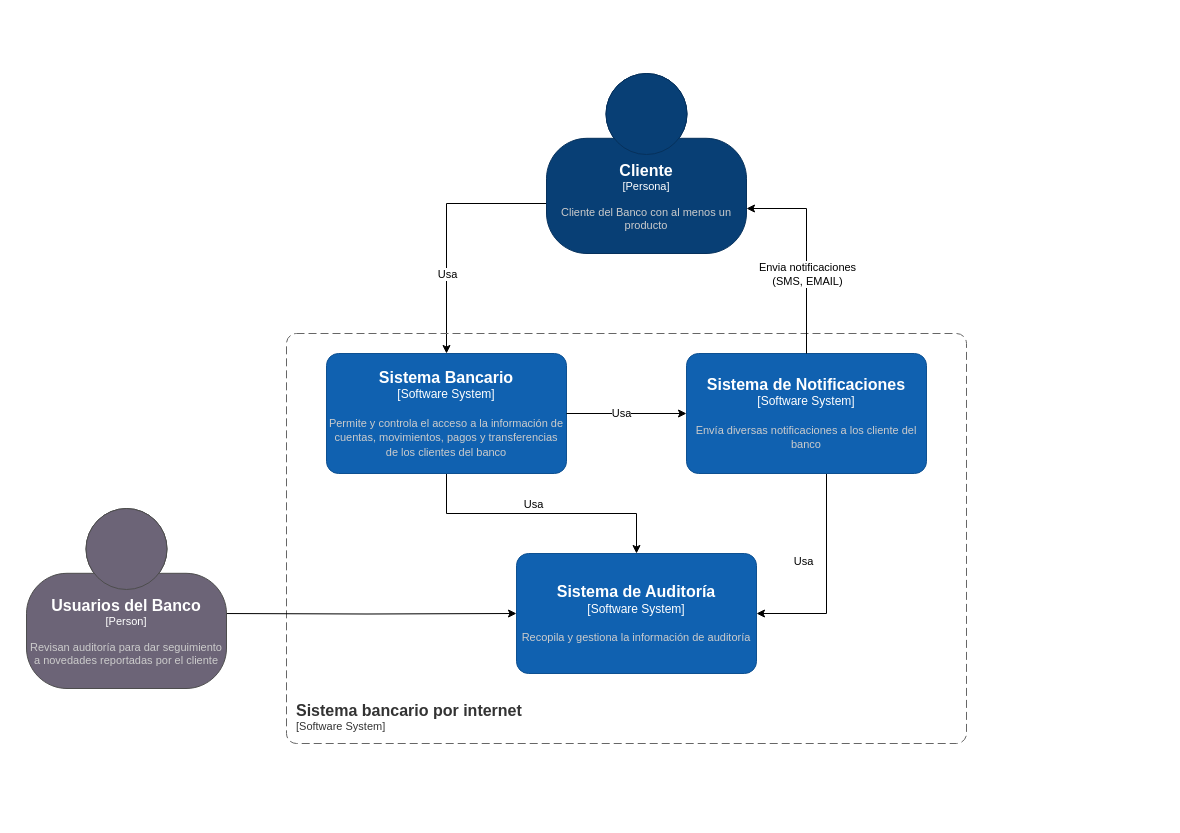
Before: page "C1-Contexto" (1 of 10) of ARQ_BANCO.drawio in carlosbenitezc/devsu, a draw.io diagram. Source tidied: cells renumbered, new cells numbered last; positions are measured from the earlier drawing's top-left corner, leaving out a move shared by most shapes. Both pictures are drawn from the tidied source at 100%, with x=0, y=0 at pixel (26, 73).
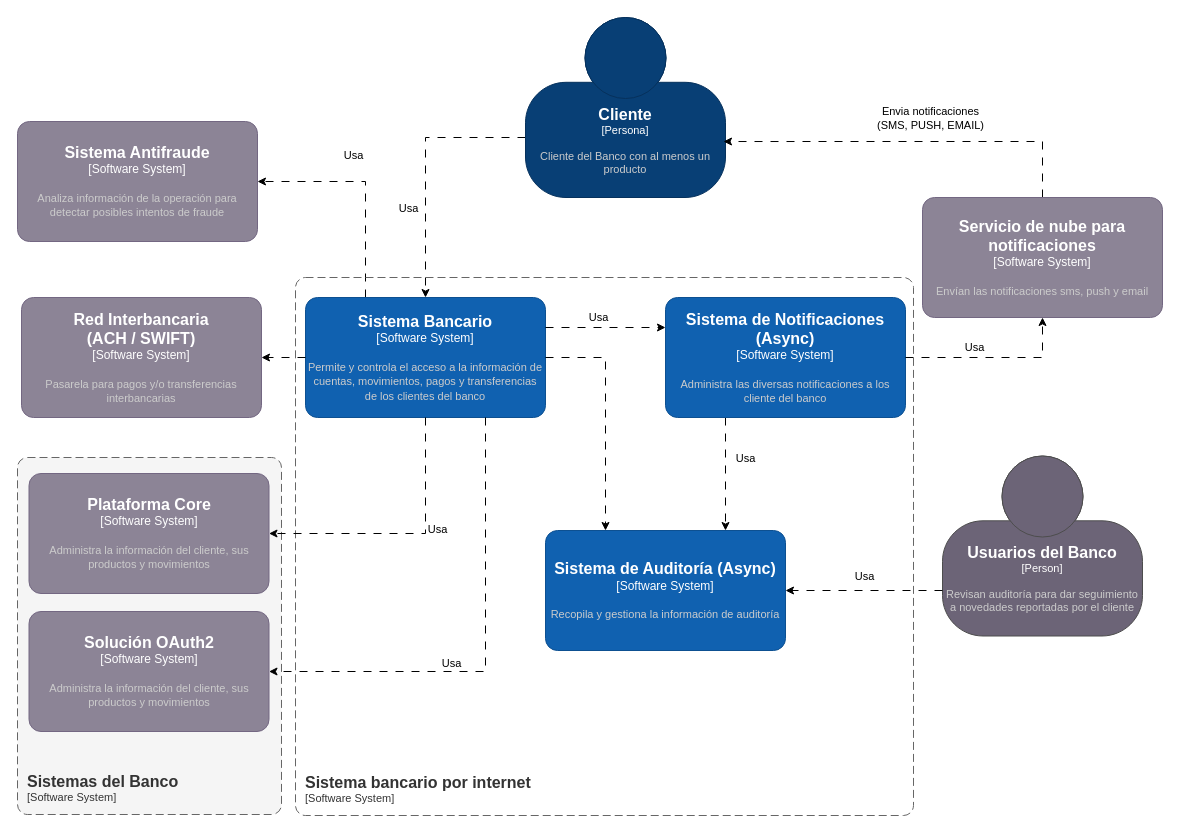
The same diagram, later.

What changed in the source:
```diff
@@
+    <object id="19" label="&lt;font style=&quot;font-size: 16px&quot;&gt;&lt;b&gt;&lt;div style=&quot;text-align: left&quot;&gt;%c4Name%&lt;/div&gt;&lt;/b&gt;&lt;/font&gt;&lt;div style=&quot;text-align: left&quot;&gt;[%c4Application%]&lt;/div&gt;" c4Application="Software System" c4Name="Sistemas del Banco" placeholders="1">
+      <mxCell style="rounded=1;fontSize=11;whiteSpace=wrap;html=1;dashed=1;arcSize=20;fillColor=#f5f5f5;strokeColor=#666666;labelBackgroundColor=none;align=left;verticalAlign=bottom;labelBorderColor=none;spacingTop=0;spacing=10;dashPattern=8 4;perimeter=rectanglePerimeter;noLabel=0;labelPadding=0;absoluteArcSize=1;fontColor=#333333;" parent="1" vertex="1">
+        <mxGeometry x="-9" y="384" width="264" height="357" as="geometry" />
+      </mxCell>
+    </object>
-    <mxCell id="2" style="edgeStyle=orthogonalEdgeStyle;rounded=0;jettySize=auto;html=1;" parent="1" edge="1" source="4" target="7">
+    <mxCell id="2" style="edgeStyle=orthogonalEdgeStyle;rounded=0;jettySize=auto;html=1;dashed=1;dashPattern=8 8;" parent="1" edge="1" source="4" target="7">
       <mxGeometry relative="1" as="geometry">
         <Array as="points">
-          <mxPoint x="420" y="130" />
+          <mxPoint x="399" y="64" />
         </Array>
       </mxGeometry>
     </mxCell>
     <mxCell id="3" value="Usa" style="edgeLabel;html=1;align=center;verticalAlign=middle;" parent="2" vertex="1">
       <mxGeometry x="-0.35" y="1" relative="1" as="geometry">
-        <mxPoint x="-19" y="69" as="offset" />
+        <mxPoint x="-33" y="69" as="offset" />
       </mxGeometry>
     </mxCell>
     <object id="4" label="&lt;font style=&quot;font-size: 16px&quot;&gt;&lt;b&gt;%c4Name%&lt;/b&gt;&lt;/font&gt;&lt;div&gt;[%c4Type%]&lt;/div&gt;&lt;br&gt;&lt;div&gt;&lt;font style=&quot;font-size: 11px&quot;&gt;&lt;font color=&quot;#cccccc&quot;&gt;%c4Description%&lt;/font&gt;&lt;/div&gt;" c4Description="Cliente del Banco con al menos un producto" c4Name="Cliente" c4Type="Persona" placeholders="1">
       <mxCell style="html=1;fontSize=11;dashed=0;whiteSpace=wrap;fillColor=#083F75;strokeColor=#06315C;fontColor=#ffffff;shape=mxgraph.c4.person2;align=center;points=[[0.5,0,0],[1,0.5,0],[1,0.75,0],[0.75,1,0],[0.5,1,0],[0.25,1,0],[0,0.75,0],[0,0.5,0]];" parent="1" vertex="1">
-        <mxGeometry x="520" width="200" height="180" as="geometry" />
+        <mxGeometry x="499" y="-56" width="200" height="180" as="geometry" />
       </mxCell>
     </object>
-    <mxCell id="5" style="edgeStyle=orthogonalEdgeStyle;rounded=0;jettySize=auto;html=1;" parent="1" edge="1" source="7" target="12">
-      <mxGeometry relative="1" as="geometry" />
-    </mxCell>
-    <mxCell id="6" value="Usa" style="edgeLabel;html=1;align=center;verticalAlign=middle;" parent="5" vertex="1">
-      <mxGeometry x="-0.03" y="3" relative="1" as="geometry">
-        <mxPoint x="-5" y="-7" as="offset" />
-      </mxGeometry>
-    </mxCell>
+    <mxCell id="20" style="edgeStyle=orthogonalEdgeStyle;rounded=0;jettySize=auto;html=1;dashed=1;dashPattern=8 8;entryX=1;entryY=0.5;entryDx=0;entryDy=0;entryPerimeter=0;exitX=0.25;exitY=0;exitDx=0;exitDy=0;exitPerimeter=0;" parent="1" edge="1" source="7" target="29">
+      <mxGeometry relative="1" as="geometry">
+        <Array as="points">
+          <mxPoint x="339" y="108" />
+        </Array>
+      </mxGeometry>
+    </mxCell>
+    <mxCell id="21" value="Usa" style="edgeLabel;html=1;align=center;verticalAlign=middle;" parent="20" vertex="1">
+      <mxGeometry x="-0.13" relative="1" as="geometry">
+        <mxPoint x="-13" y="-46" as="offset" />
+      </mxGeometry>
+    </mxCell>
     <object id="7" label="&lt;font style=&quot;font-size: 16px&quot;&gt;&lt;b&gt;%c4Name%&lt;/b&gt;&lt;/font&gt;&lt;div&gt;[%c4Type%]&lt;/div&gt;&lt;br&gt;&lt;div&gt;&lt;font style=&quot;font-size: 11px&quot;&gt;&lt;font color=&quot;#cccccc&quot;&gt;%c4Description%&lt;/font&gt;&lt;/div&gt;" c4Description="Permite y controla el acceso a la información de cuentas, movimientos, pagos y transferencias de los clientes del banco" c4Name="Sistema Bancario" c4Type="Software System" placeholders="1">
       <mxCell style="rounded=1;whiteSpace=wrap;html=1;labelBackgroundColor=none;fillColor=#1061B0;fontColor=#ffffff;align=center;arcSize=10;strokeColor=#0D5091;points=[[0.25,0,0],[0.5,0,0],[0.75,0,0],[1,0.25,0],[1,0.5,0],[1,0.75,0],[0.75,1,0],[0.5,1,0],[0.25,1,0],[0,0.75,0],[0,0.5,0],[0,0.25,0]];" parent="1" vertex="1">
-        <mxGeometry x="300" y="280" width="240" height="120" as="geometry" />
+        <mxGeometry x="279" y="224" width="240" height="120" as="geometry" />
       </mxCell>
     </object>
     <object id="8" label="&lt;font style=&quot;font-size: 16px&quot;&gt;&lt;b&gt;&lt;div style=&quot;text-align: left&quot;&gt;%c4Name%&lt;/div&gt;&lt;/b&gt;&lt;/font&gt;&lt;div style=&quot;text-align: left&quot;&gt;[%c4Application%]&lt;/div&gt;" c4Application="Software System" c4Name="Sistema bancario por internet" placeholders="1">
       <mxCell style="rounded=1;fontSize=11;whiteSpace=wrap;html=1;dashed=1;arcSize=20;fillColor=none;strokeColor=#666666;fontColor=#333333;labelBackgroundColor=none;align=left;verticalAlign=bottom;labelBorderColor=none;spacingTop=0;spacing=10;dashPattern=8 4;perimeter=rectanglePerimeter;noLabel=0;labelPadding=0;absoluteArcSize=1;" parent="1" vertex="1">
-        <mxGeometry x="260" y="260" width="680" height="410" as="geometry" />
+        <mxGeometry x="269" y="204" width="618" height="538" as="geometry" />
       </mxCell>
     </object>
-    <mxCell id="9" style="edgeStyle=orthogonalEdgeStyle;rounded=0;jettySize=auto;html=1;" parent="1" edge="1" source="11" target="12">
+    <mxCell id="9" style="edgeStyle=orthogonalEdgeStyle;rounded=0;jettySize=auto;html=1;dashed=1;dashPattern=8 8;" parent="1" edge="1" source="11" target="12">
       <mxGeometry relative="1" as="geometry">
         <Array as="points">
-          <mxPoint x="800" y="540" />
+          <mxPoint x="699" y="400" />
+          <mxPoint x="699" y="400" />
         </Array>
       </mxGeometry>
     </mxCell>
     <mxCell id="10" value="Usa" style="edgeLabel;html=1;align=center;verticalAlign=middle;" parent="9" vertex="1">
       <mxGeometry x="-0.04" y="4" relative="1" as="geometry">
-        <mxPoint x="-28" y="-14" as="offset" />
+        <mxPoint x="15" y="-14" as="offset" />
       </mxGeometry>
     </mxCell>
-    <object id="11" label="&lt;font style=&quot;font-size: 16px&quot;&gt;&lt;b&gt;%c4Name%&lt;/b&gt;&lt;/font&gt;&lt;div&gt;[%c4Type%]&lt;/div&gt;&lt;br&gt;&lt;div&gt;&lt;font style=&quot;font-size: 11px&quot;&gt;&lt;font color=&quot;#cccccc&quot;&gt;%c4Description%&lt;/font&gt;&lt;/div&gt;" c4Description="Envía diversas notificaciones a los cliente del banco" c4Name="Sistema de Notificaciones" c4Type="Software System" placeholders="1">
+    <object id="11" label="&lt;font style=&quot;font-size: 16px&quot;&gt;&lt;b&gt;%c4Name%&lt;/b&gt;&lt;/font&gt;&lt;div&gt;[%c4Type%]&lt;/div&gt;&lt;br&gt;&lt;div&gt;&lt;font style=&quot;font-size: 11px&quot;&gt;&lt;font color=&quot;#cccccc&quot;&gt;%c4Description%&lt;/font&gt;&lt;/div&gt;" c4Description="Administra las diversas notificaciones a los cliente del banco" c4Name="Sistema de Notificaciones (Async)" c4Type="Software System" placeholders="1">
       <mxCell style="rounded=1;whiteSpace=wrap;html=1;labelBackgroundColor=none;fillColor=#1061B0;fontColor=#ffffff;align=center;arcSize=10;strokeColor=#0D5091;points=[[0.25,0,0],[0.5,0,0],[0.75,0,0],[1,0.25,0],[1,0.5,0],[1,0.75,0],[0.75,1,0],[0.5,1,0],[0.25,1,0],[0,0.75,0],[0,0.5,0],[0,0.25,0]];" parent="1" vertex="1">
-        <mxGeometry x="660" y="280" width="240" height="120" as="geometry" />
+        <mxGeometry x="639" y="224" width="240" height="120" as="geometry" />
       </mxCell>
     </object>
-    <object id="12" label="&lt;font style=&quot;font-size: 16px&quot;&gt;&lt;b&gt;%c4Name%&lt;/b&gt;&lt;/font&gt;&lt;div&gt;[%c4Type%]&lt;/div&gt;&lt;br&gt;&lt;div&gt;&lt;font style=&quot;font-size: 11px&quot;&gt;&lt;font color=&quot;#cccccc&quot;&gt;%c4Description%&lt;/font&gt;&lt;/div&gt;" c4Description="Recopila y gestiona la información de auditoría" c4Name="Sistema de Auditoría" c4Type="Software System" placeholders="1">
+    <object id="12" label="&lt;font style=&quot;font-size: 16px&quot;&gt;&lt;b&gt;%c4Name%&lt;/b&gt;&lt;/font&gt;&lt;div&gt;[%c4Type%]&lt;/div&gt;&lt;br&gt;&lt;div&gt;&lt;font style=&quot;font-size: 11px&quot;&gt;&lt;font color=&quot;#cccccc&quot;&gt;%c4Description%&lt;/font&gt;&lt;/div&gt;" c4Description="Recopila y gestiona la información de auditoría" c4Name="Sistema de Auditoría (Async)" c4Type="Software System" placeholders="1">
       <mxCell style="rounded=1;whiteSpace=wrap;html=1;labelBackgroundColor=none;fillColor=#1061B0;fontColor=#ffffff;align=center;arcSize=10;strokeColor=#0D5091;points=[[0.25,0,0],[0.5,0,0],[0.75,0,0],[1,0.25,0],[1,0.5,0],[1,0.75,0],[0.75,1,0],[0.5,1,0],[0.25,1,0],[0,0.75,0],[0,0.5,0],[0,0.25,0]];" parent="1" vertex="1">
-        <mxGeometry x="490" y="480" width="240" height="120" as="geometry" />
+        <mxGeometry x="519" y="457" width="240" height="120" as="geometry" />
       </mxCell>
     </object>
-    <mxCell id="13" style="edgeStyle=orthogonalEdgeStyle;rounded=0;jettySize=auto;html=1;entryX=0;entryY=0.5;entryDx=0;entryDy=0;entryPerimeter=0;" parent="1" edge="1" source="7" target="11">
-      <mxGeometry relative="1" as="geometry" />
+    <mxCell id="13" style="edgeStyle=orthogonalEdgeStyle;rounded=0;jettySize=auto;html=1;entryX=0;entryY=0.25;entryDx=0;entryDy=0;entryPerimeter=0;dashed=1;dashPattern=8 8;exitX=1;exitY=0.25;exitDx=0;exitDy=0;exitPerimeter=0;" parent="1" edge="1" source="7" target="11">
+      <mxGeometry relative="1" as="geometry">
+        <Array as="points">
+          <mxPoint x="576" y="254" />
+          <mxPoint x="576" y="254" />
+        </Array>
+      </mxGeometry>
     </mxCell>
     <mxCell id="14" value="Usa" style="edgeLabel;html=1;align=center;verticalAlign=middle;" parent="13" vertex="1">
-      <mxGeometry x="-0.1" y="1" relative="1" as="geometry" />
+      <mxGeometry x="-0.1" y="1" relative="1" as="geometry">
+        <mxPoint x="-2" y="-10" as="offset" />
+      </mxGeometry>
     </mxCell>
-    <mxCell id="15" style="edgeStyle=orthogonalEdgeStyle;rounded=0;jettySize=auto;html=1;" parent="1" edge="1" target="12">
-      <mxGeometry relative="1" as="geometry">
-        <mxPoint x="190" y="540" as="sourcePoint" />
-      </mxGeometry>
-    </mxCell>
     <object id="16" label="&lt;font style=&quot;font-size: 16px&quot;&gt;&lt;b&gt;%c4Name%&lt;/b&gt;&lt;/font&gt;&lt;div&gt;[%c4Type%]&lt;/div&gt;&lt;br&gt;&lt;div&gt;&lt;font style=&quot;font-size: 11px&quot;&gt;&lt;font color=&quot;#cccccc&quot;&gt;%c4Description%&lt;/font&gt;&lt;/div&gt;" c4Description="Revisan auditoría para dar seguimiento a novedades reportadas por el cliente" c4Name="Usuarios del Banco" c4Type="Person" placeholders="1">
       <mxCell style="html=1;fontSize=11;dashed=0;whiteSpace=wrap;fillColor=#6C6477;strokeColor=#4D4D4D;fontColor=#ffffff;shape=mxgraph.c4.person2;align=center;points=[[0.5,0,0],[1,0.5,0],[1,0.75,0],[0.75,1,0],[0.5,1,0],[0.25,1,0],[0,0.75,0],[0,0.5,0]];" parent="1" vertex="1">
-        <mxGeometry y="435" width="200" height="180" as="geometry" />
+        <mxGeometry x="916" y="382.5" width="200" height="180" as="geometry" />
       </mxCell>
     </object>
-    <mxCell id="17" style="edgeStyle=orthogonalEdgeStyle;rounded=0;jettySize=auto;html=1;entryX=1;entryY=0.75;entryDx=0;entryDy=0;entryPerimeter=0;" parent="1" edge="1" source="11" target="4">
-      <mxGeometry relative="1" as="geometry" />
-    </mxCell>
-    <mxCell id="18" value="Envia notificaciones&lt;br&gt;(SMS, EMAIL)" style="edgeLabel;html=1;align=center;verticalAlign=middle;" parent="17" vertex="1">
-      <mxGeometry x="-0.55" relative="1" as="geometry">
-        <mxPoint y="-34" as="offset" />
-      </mxGeometry>
-    </mxCell>
+    <mxCell id="22" style="edgeStyle=orthogonalEdgeStyle;rounded=0;jettySize=auto;html=1;entryX=0.99;entryY=0.689;entryDx=0;entryDy=0;entryPerimeter=0;dashed=1;dashPattern=8 8;exitX=0.5;exitY=0;exitDx=0;exitDy=0;exitPerimeter=0;" parent="1" edge="1" source="31" target="4">
+      <mxGeometry relative="1" as="geometry" />
+    </mxCell>
+    <mxCell id="23" value="Envia notificaciones&lt;br&gt;(SMS, PUSH, EMAIL)" style="edgeLabel;html=1;align=center;verticalAlign=middle;" parent="22" vertex="1">
+      <mxGeometry x="-0.26" y="2" relative="1" as="geometry">
+        <mxPoint x="-30" y="-26" as="offset" />
+      </mxGeometry>
+    </mxCell>
+    <object id="24" label="&lt;font style=&quot;font-size: 16px&quot;&gt;&lt;b&gt;%c4Name%&lt;/b&gt;&lt;/font&gt;&lt;div&gt;[%c4Type%]&lt;/div&gt;&lt;br&gt;&lt;div&gt;&lt;font style=&quot;font-size: 11px&quot;&gt;&lt;font color=&quot;#cccccc&quot;&gt;%c4Description%&lt;/font&gt;&lt;/div&gt;" c4Description="Administra la información del cliente, sus productos y movimientos" c4Name="Plataforma Core" c4Type="Software System" placeholders="1">
+      <mxCell style="rounded=1;whiteSpace=wrap;html=1;labelBackgroundColor=none;fillColor=#8C8496;fontColor=#ffffff;align=center;arcSize=10;strokeColor=#736782;points=[[0.25,0,0],[0.5,0,0],[0.75,0,0],[1,0.25,0],[1,0.5,0],[1,0.75,0],[0.75,1,0],[0.5,1,0],[0.25,1,0],[0,0.75,0],[0,0.5,0],[0,0.25,0]];" parent="1" vertex="1">
+        <mxGeometry x="2.5" y="400" width="240" height="120" as="geometry" />
+      </mxCell>
+    </object>
+    <mxCell id="25" style="edgeStyle=orthogonalEdgeStyle;rounded=0;jettySize=auto;html=1;entryX=1;entryY=0.5;entryDx=0;entryDy=0;entryPerimeter=0;dashed=1;dashPattern=8 8;" parent="1" edge="1" source="16" target="12">
+      <mxGeometry relative="1" as="geometry">
+        <Array as="points">
+          <mxPoint x="759" y="516" />
+        </Array>
+      </mxGeometry>
+    </mxCell>
+    <mxCell id="26" value="Usa" style="edgeLabel;html=1;align=center;verticalAlign=middle;" parent="25" vertex="1">
+      <mxGeometry y="1" relative="1" as="geometry">
+        <mxPoint y="-16" as="offset" />
+      </mxGeometry>
+    </mxCell>
+    <mxCell id="27" style="edgeStyle=orthogonalEdgeStyle;rounded=0;jettySize=auto;html=1;exitX=0.5;exitY=1;exitDx=0;exitDy=0;exitPerimeter=0;entryX=1;entryY=0.5;entryDx=0;entryDy=0;entryPerimeter=0;dashed=1;dashPattern=8 8;" parent="1" edge="1" source="7" target="24">
+      <mxGeometry relative="1" as="geometry" />
+    </mxCell>
+    <mxCell id="28" value="Usa" style="edgeLabel;html=1;align=center;verticalAlign=middle;" parent="27" vertex="1">
+      <mxGeometry x="-0.15" y="3" relative="1" as="geometry">
+        <mxPoint x="11" y="-8" as="offset" />
+      </mxGeometry>
+    </mxCell>
+    <object id="29" label="&lt;font style=&quot;font-size: 16px&quot;&gt;&lt;b&gt;%c4Name%&lt;/b&gt;&lt;/font&gt;&lt;div&gt;[%c4Type%]&lt;/div&gt;&lt;br&gt;&lt;div&gt;&lt;font style=&quot;font-size: 11px&quot;&gt;&lt;font color=&quot;#cccccc&quot;&gt;%c4Description%&lt;/font&gt;&lt;/div&gt;" c4Description="Analiza información de la operación para detectar posibles intentos de fraude" c4Name="Sistema Antifraude" c4Type="Software System" placeholders="1">
+      <mxCell style="rounded=1;whiteSpace=wrap;html=1;labelBackgroundColor=none;fillColor=#8C8496;fontColor=#ffffff;align=center;arcSize=10;strokeColor=#736782;points=[[0.25,0,0],[0.5,0,0],[0.75,0,0],[1,0.25,0],[1,0.5,0],[1,0.75,0],[0.75,1,0],[0.5,1,0],[0.25,1,0],[0,0.75,0],[0,0.5,0],[0,0.25,0]];" parent="1" vertex="1">
+        <mxGeometry x="-9" y="48" width="240" height="120" as="geometry" />
+      </mxCell>
+    </object>
+    <object id="30" label="&lt;font style=&quot;font-size: 16px&quot;&gt;&lt;b&gt;%c4Name%&lt;/b&gt;&lt;/font&gt;&lt;div&gt;[%c4Type%]&lt;/div&gt;&lt;br&gt;&lt;div&gt;&lt;font style=&quot;font-size: 11px&quot;&gt;&lt;font color=&quot;#cccccc&quot;&gt;%c4Description%&lt;/font&gt;&lt;/div&gt;" c4Description="Pasarela para pagos y/o transferencias interbancarias" c4Name="Red Interbancaria&#10;(ACH / SWIFT)" c4Type="Software System" placeholders="1">
+      <mxCell style="rounded=1;whiteSpace=wrap;html=1;labelBackgroundColor=none;fillColor=#8C8496;fontColor=#ffffff;align=center;arcSize=10;strokeColor=#736782;points=[[0.25,0,0],[0.5,0,0],[0.75,0,0],[1,0.25,0],[1,0.5,0],[1,0.75,0],[0.75,1,0],[0.5,1,0],[0.25,1,0],[0,0.75,0],[0,0.5,0],[0,0.25,0]];" parent="1" vertex="1">
+        <mxGeometry x="-5" y="224" width="240" height="120" as="geometry" />
+      </mxCell>
+    </object>
+    <object id="31" label="&lt;font style=&quot;font-size: 16px&quot;&gt;&lt;b&gt;%c4Name%&lt;/b&gt;&lt;/font&gt;&lt;div&gt;[%c4Type%]&lt;/div&gt;&lt;br&gt;&lt;div&gt;&lt;font style=&quot;font-size: 11px&quot;&gt;&lt;font color=&quot;#cccccc&quot;&gt;%c4Description%&lt;/font&gt;&lt;/div&gt;" c4Description="Envían las notificaciones sms, push y email" c4Name="Servicio de nube para notificaciones" c4Type="Software System" placeholders="1">
+      <mxCell style="rounded=1;whiteSpace=wrap;html=1;labelBackgroundColor=none;fillColor=#8C8496;fontColor=#ffffff;align=center;arcSize=10;strokeColor=#736782;points=[[0.25,0,0],[0.5,0,0],[0.75,0,0],[1,0.25,0],[1,0.5,0],[1,0.75,0],[0.75,1,0],[0.5,1,0],[0.25,1,0],[0,0.75,0],[0,0.5,0],[0,0.25,0]];" parent="1" vertex="1">
+        <mxGeometry x="896" y="124" width="240" height="120" as="geometry" />
+      </mxCell>
+    </object>
+    <mxCell id="32" style="edgeStyle=orthogonalEdgeStyle;rounded=0;jettySize=auto;html=1;exitX=1;exitY=0.5;exitDx=0;exitDy=0;exitPerimeter=0;entryX=0.5;entryY=1;entryDx=0;entryDy=0;entryPerimeter=0;dashed=1;dashPattern=8 8;" parent="1" edge="1" source="11" target="31">
+      <mxGeometry relative="1" as="geometry" />
+    </mxCell>
+    <mxCell id="33" value="Usa" style="edgeLabel;html=1;align=center;verticalAlign=middle;" parent="32" vertex="1">
+      <mxGeometry x="-0.27" y="-2" relative="1" as="geometry">
+        <mxPoint x="3" y="-13" as="offset" />
+      </mxGeometry>
+    </mxCell>
+    <object id="34" label="&lt;font style=&quot;font-size: 16px&quot;&gt;&lt;b&gt;%c4Name%&lt;/b&gt;&lt;/font&gt;&lt;div&gt;[%c4Type%]&lt;/div&gt;&lt;br&gt;&lt;div&gt;&lt;font style=&quot;font-size: 11px&quot;&gt;&lt;font color=&quot;#cccccc&quot;&gt;%c4Description%&lt;/font&gt;&lt;/div&gt;" c4Description="Administra la información del cliente, sus productos y movimientos" c4Name="Solución OAuth2" c4Type="Software System" placeholders="1">
+      <mxCell style="rounded=1;whiteSpace=wrap;html=1;labelBackgroundColor=none;fillColor=#8C8496;fontColor=#ffffff;align=center;arcSize=10;strokeColor=#736782;points=[[0.25,0,0],[0.5,0,0],[0.75,0,0],[1,0.25,0],[1,0.5,0],[1,0.75,0],[0.75,1,0],[0.5,1,0],[0.25,1,0],[0,0.75,0],[0,0.5,0],[0,0.25,0]];" parent="1" vertex="1">
+        <mxGeometry x="2.5" y="538" width="240" height="120" as="geometry" />
+      </mxCell>
+    </object>
+    <mxCell id="35" style="edgeStyle=orthogonalEdgeStyle;rounded=0;jettySize=auto;html=1;exitX=0.75;exitY=1;exitDx=0;exitDy=0;exitPerimeter=0;entryX=1;entryY=0.5;entryDx=0;entryDy=0;entryPerimeter=0;dashed=1;dashPattern=8 8;" parent="1" edge="1" source="7" target="34">
+      <mxGeometry relative="1" as="geometry">
+        <Array as="points">
+          <mxPoint x="459" y="598" />
+        </Array>
+      </mxGeometry>
+    </mxCell>
+    <mxCell id="36" value="Usa" style="edgeLabel;html=1;align=center;verticalAlign=middle;" parent="35" vertex="1">
+      <mxGeometry x="0.23" relative="1" as="geometry">
+        <mxPoint y="-9" as="offset" />
+      </mxGeometry>
+    </mxCell>
+    <mxCell id="37" style="edgeStyle=orthogonalEdgeStyle;rounded=0;jettySize=auto;html=1;exitX=0;exitY=0.5;exitDx=0;exitDy=0;exitPerimeter=0;entryX=1;entryY=0.5;entryDx=0;entryDy=0;entryPerimeter=0;dashed=1;dashPattern=8 8;" parent="1" edge="1" source="7" target="30">
+      <mxGeometry relative="1" as="geometry" />
+    </mxCell>
+    <mxCell id="5" style="edgeStyle=orthogonalEdgeStyle;rounded=0;jettySize=auto;html=1;entryX=0.25;entryY=0;entryDx=0;entryDy=0;entryPerimeter=0;exitX=1;exitY=0.5;exitDx=0;exitDy=0;exitPerimeter=0;dashed=1;dashPattern=8 8;" parent="1" edge="1" source="7" target="12">
+      <mxGeometry relative="1" as="geometry" />
+    </mxCell>
```
